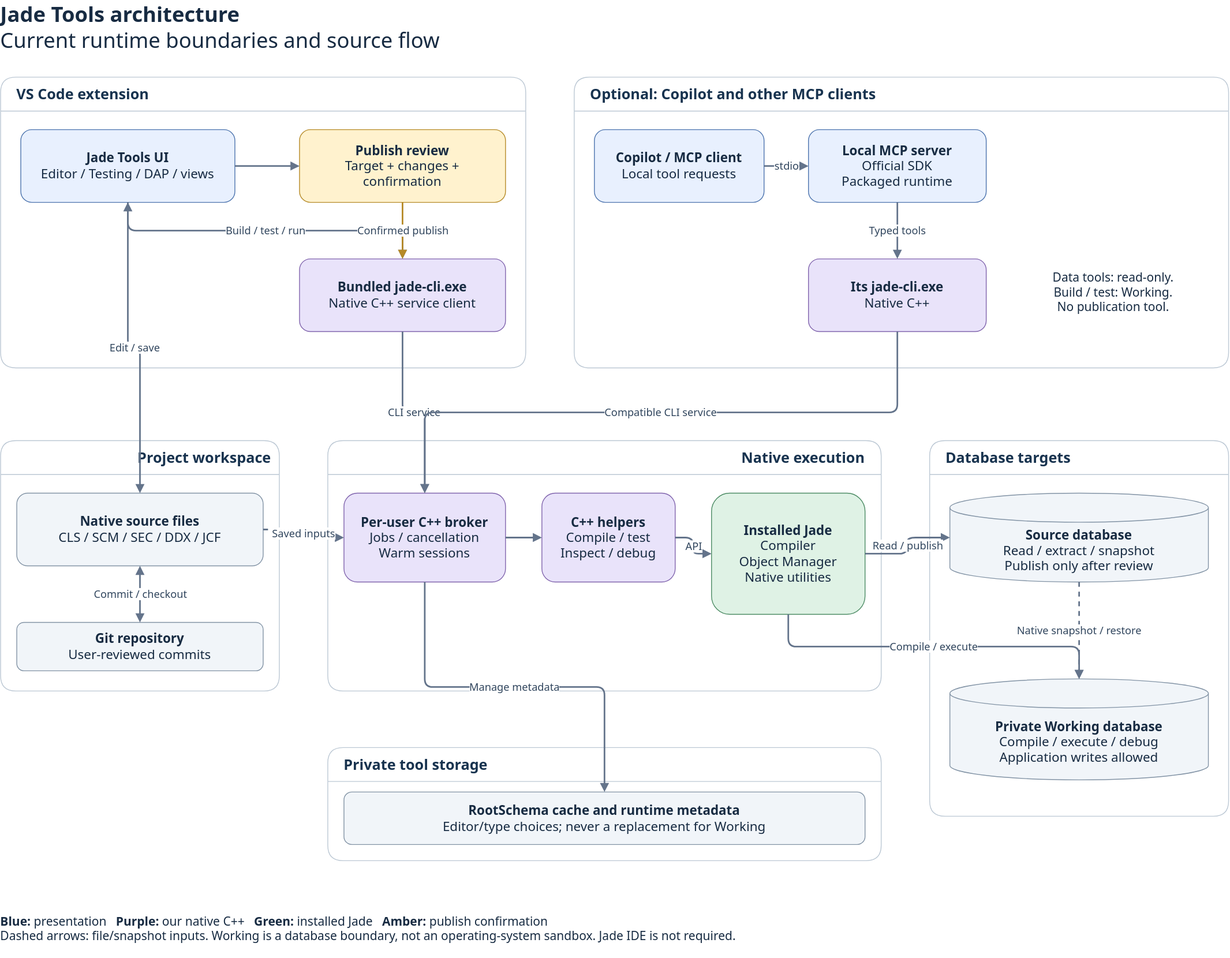
darrenhull/Jade-VSCode-Extension keeps this draw.io diagram as architecture/jade-tools.drawio.svg. Above is the earlier version. Source tidied: cells renumbered, new cells last; positions are measured from the earlier drawing's top-left corner, leaving out a move shared by most shapes. The source it was exported from:
```xml
<mxGraphModel>
  <root>
    <mxCell id="0" />
    <mxCell id="1" parent="0" />
    <mxCell id="2" value="&lt;b&gt;Jade Tools architecture&lt;/b&gt;&lt;br&gt;Current runtime boundaries and source flow" style="rounded=1;whiteSpace=wrap;html=1;fillColor=#e8f0fe;strokeColor=#4d74ae;fontColor=#172b42;fontFamily=Segoe UI;fontSize=16;spacing=12;shape=text;align=left;fillColor=none;strokeColor=none;fontSize=26;spacing=0;" parent="1" vertex="1">
      <mxGeometry width="1520" height="65" as="geometry" />
    </mxCell>
    <mxCell id="3" value="VS Code extension" style="swimlane;horizontal=1;startSize=42;rounded=1;html=1;whiteSpace=wrap;fillColor=#ffffff;swimlaneFillColor=#ffffff;strokeColor=#bcc8d4;fontColor=#18334f;fontFamily=Segoe UI;fontSize=18;fontStyle=1;align=left;spacingLeft=18;" parent="1" vertex="1">
      <mxGeometry y="95" width="650" height="360" as="geometry" />
    </mxCell>
    <mxCell id="4" value="&lt;b&gt;Jade Tools UI&lt;/b&gt;&lt;br&gt;Editor / Testing / DAP / views" style="rounded=1;whiteSpace=wrap;html=1;fillColor=#e8f0fe;strokeColor=#4d74ae;fontColor=#172b42;fontFamily=Segoe UI;fontSize=16;spacing=12;" parent="3" vertex="1">
      <mxGeometry x="25" y="65" width="265" height="90" as="geometry" />
    </mxCell>
    <mxCell id="5" value="&lt;b&gt;Bundled jade-cli.exe&lt;/b&gt;&lt;br&gt;Native C++ service client" style="rounded=1;whiteSpace=wrap;html=1;fillColor=#e9e3fa;strokeColor=#8064ad;fontColor=#172b42;fontFamily=Segoe UI;fontSize=16;spacing=12;" parent="3" vertex="1">
      <mxGeometry x="370" y="225" width="255" height="90" as="geometry" />
    </mxCell>
    <mxCell id="6" value="&lt;b&gt;Publish review&lt;/b&gt;&lt;br&gt;Target + changes + confirmation" style="rounded=1;whiteSpace=wrap;html=1;fillColor=#fff2ce;strokeColor=#b68a27;fontColor=#172b42;fontFamily=Segoe UI;fontSize=16;spacing=12;" parent="3" vertex="1">
      <mxGeometry x="370" y="65" width="255" height="90" as="geometry" />
    </mxCell>
    <mxCell id="7" value="Build / test / run" style="edgeStyle=orthogonalEdgeStyle;rounded=1;html=1;endArrow=block;endFill=1;strokeColor=#64748b;strokeWidth=2;labelBackgroundColor=#ffffff;fontColor=#31465e;fontSize=13;fontFamily=Segoe UI;edgeStyle=elbowEdgeStyle;elbow=vertical;" parent="3" edge="1" source="4" target="5">
      <mxGeometry relative="1" as="geometry" />
    </mxCell>
    <mxCell id="8" style="edgeStyle=orthogonalEdgeStyle;rounded=1;html=1;endArrow=block;endFill=1;strokeColor=#64748b;strokeWidth=2;labelBackgroundColor=#ffffff;fontColor=#31465e;fontSize=13;fontFamily=Segoe UI;" parent="3" edge="1" source="4" target="6">
      <mxGeometry relative="1" as="geometry" />
    </mxCell>
    <mxCell id="9" value="Confirmed publish" style="edgeStyle=orthogonalEdgeStyle;rounded=1;html=1;endArrow=block;endFill=1;strokeColor=#64748b;strokeWidth=2;labelBackgroundColor=#ffffff;fontColor=#31465e;fontSize=13;fontFamily=Segoe UI;strokeColor=#b68a27;" parent="3" edge="1" source="6" target="5">
      <mxGeometry relative="1" as="geometry" />
    </mxCell>
    <mxCell id="10" value="Optional: Copilot and other MCP clients" style="swimlane;horizontal=1;startSize=42;rounded=1;html=1;whiteSpace=wrap;fillColor=#ffffff;swimlaneFillColor=#ffffff;strokeColor=#bcc8d4;fontColor=#18334f;fontFamily=Segoe UI;fontSize=18;fontStyle=1;align=left;spacingLeft=18;" parent="1" vertex="1">
      <mxGeometry x="710" y="95" width="810" height="360" as="geometry" />
    </mxCell>
    <mxCell id="11" value="&lt;b&gt;Copilot / MCP client&lt;/b&gt;&lt;br&gt;Local tool requests" style="rounded=1;whiteSpace=wrap;html=1;fillColor=#e8f0fe;strokeColor=#4d74ae;fontColor=#172b42;fontFamily=Segoe UI;fontSize=16;spacing=12;" parent="10" vertex="1">
      <mxGeometry x="25" y="65" width="210" height="90" as="geometry" />
    </mxCell>
    <mxCell id="12" value="&lt;b&gt;Local MCP server&lt;/b&gt;&lt;br&gt;Official SDK&lt;br&gt;Packaged runtime" style="rounded=1;whiteSpace=wrap;html=1;fillColor=#e8f0fe;strokeColor=#4d74ae;fontColor=#172b42;fontFamily=Segoe UI;fontSize=16;spacing=12;" parent="10" vertex="1">
      <mxGeometry x="290" y="65" width="220" height="90" as="geometry" />
    </mxCell>
    <mxCell id="13" value="&lt;b&gt;Its jade-cli.exe&lt;/b&gt;&lt;br&gt;Native C++" style="rounded=1;whiteSpace=wrap;html=1;fillColor=#e9e3fa;strokeColor=#8064ad;fontColor=#172b42;fontFamily=Segoe UI;fontSize=16;spacing=12;" parent="10" vertex="1">
      <mxGeometry x="290" y="225" width="220" height="90" as="geometry" />
    </mxCell>
    <mxCell id="14" value="Data tools: read-only.&lt;br&gt;Build / test: Working.&lt;br&gt;No publication tool." style="rounded=1;whiteSpace=wrap;html=1;fillColor=#e8f0fe;strokeColor=#4d74ae;fontColor=#172b42;fontFamily=Segoe UI;fontSize=16;spacing=12;shape=text;fillColor=none;strokeColor=none;fontSize=15;" parent="10" vertex="1">
      <mxGeometry x="550" y="225" width="235" height="80" as="geometry" />
    </mxCell>
    <mxCell id="15" value="stdio" style="edgeStyle=orthogonalEdgeStyle;rounded=1;html=1;endArrow=block;endFill=1;strokeColor=#64748b;strokeWidth=2;labelBackgroundColor=#ffffff;fontColor=#31465e;fontSize=13;fontFamily=Segoe UI;" parent="10" edge="1" source="11" target="12">
      <mxGeometry relative="1" as="geometry" />
    </mxCell>
    <mxCell id="16" value="Typed tools" style="edgeStyle=orthogonalEdgeStyle;rounded=1;html=1;endArrow=block;endFill=1;strokeColor=#64748b;strokeWidth=2;labelBackgroundColor=#ffffff;fontColor=#31465e;fontSize=13;fontFamily=Segoe UI;" parent="10" edge="1" source="12" target="13">
      <mxGeometry relative="1" as="geometry" />
    </mxCell>
    <mxCell id="17" value="Project workspace" style="swimlane;horizontal=1;startSize=42;rounded=1;html=1;whiteSpace=wrap;fillColor=#ffffff;swimlaneFillColor=#ffffff;strokeColor=#bcc8d4;fontColor=#18334f;fontFamily=Segoe UI;fontSize=18;fontStyle=1;align=right;spacingRight=8;spacingLeft=18;" parent="1" vertex="1">
      <mxGeometry y="545" width="345" height="310" as="geometry" />
    </mxCell>
    <mxCell id="18" value="&lt;b&gt;Native source files&lt;/b&gt;&lt;br&gt;CLS / SCM / SEC / DDX / JCF" style="rounded=1;whiteSpace=wrap;html=1;fillColor=#f1f5f9;strokeColor=#8293a5;fontColor=#172b42;fontFamily=Segoe UI;fontSize=16;spacing=12;" parent="17" vertex="1">
      <mxGeometry x="20" y="65" width="305" height="90" as="geometry" />
    </mxCell>
    <mxCell id="19" value="&lt;b&gt;Git repository&lt;/b&gt;&lt;br&gt;User-reviewed commits" style="rounded=1;whiteSpace=wrap;html=1;fillColor=#f1f5f9;strokeColor=#8293a5;fontColor=#172b42;fontFamily=Segoe UI;fontSize=16;spacing=12;" parent="17" vertex="1">
      <mxGeometry x="20" y="225" width="305" height="60" as="geometry" />
    </mxCell>
    <mxCell id="20" value="Commit / checkout" style="edgeStyle=orthogonalEdgeStyle;rounded=1;html=1;endArrow=block;endFill=1;strokeColor=#64748b;strokeWidth=2;labelBackgroundColor=#ffffff;fontColor=#31465e;fontSize=13;fontFamily=Segoe UI;startArrow=block;startFill=1;" parent="17" edge="1" source="18" target="19">
      <mxGeometry relative="1" as="geometry" />
    </mxCell>
    <mxCell id="21" value="Native execution" style="swimlane;horizontal=1;startSize=42;rounded=1;html=1;whiteSpace=wrap;fillColor=#ffffff;swimlaneFillColor=#ffffff;strokeColor=#bcc8d4;fontColor=#18334f;fontFamily=Segoe UI;fontSize=18;fontStyle=1;align=right;spacingRight=18;spacingLeft=18;" parent="1" vertex="1">
      <mxGeometry x="405" y="545" width="685" height="310" as="geometry" />
    </mxCell>
    <mxCell id="22" value="&lt;b&gt;Per-user C++ broker&lt;/b&gt;&lt;br&gt;Jobs / cancellation&lt;br&gt;Warm sessions" style="rounded=1;whiteSpace=wrap;html=1;fillColor=#e9e3fa;strokeColor=#8064ad;fontColor=#172b42;fontFamily=Segoe UI;fontSize=16;spacing=12;" parent="21" vertex="1">
      <mxGeometry x="20" y="65" width="200" height="110" as="geometry" />
    </mxCell>
    <mxCell id="23" value="&lt;b&gt;C++ helpers&lt;/b&gt;&lt;br&gt;Compile / test&lt;br&gt;Inspect / debug" style="rounded=1;whiteSpace=wrap;html=1;fillColor=#e9e3fa;strokeColor=#8064ad;fontColor=#172b42;fontFamily=Segoe UI;fontSize=16;spacing=12;" parent="21" vertex="1">
      <mxGeometry x="265" y="65" width="165" height="110" as="geometry" />
    </mxCell>
    <mxCell id="24" value="&lt;b&gt;Installed Jade&lt;/b&gt;&lt;br&gt;Compiler&lt;br&gt;Object Manager&lt;br&gt;Native utilities" style="rounded=1;whiteSpace=wrap;html=1;fillColor=#dff2e5;strokeColor=#4d8c65;fontColor=#172b42;fontFamily=Segoe UI;fontSize=16;spacing=12;" parent="21" vertex="1">
      <mxGeometry x="475" y="65" width="190" height="150" as="geometry" />
    </mxCell>
    <mxCell id="25" style="edgeStyle=orthogonalEdgeStyle;rounded=1;html=1;endArrow=block;endFill=1;strokeColor=#64748b;strokeWidth=2;labelBackgroundColor=#ffffff;fontColor=#31465e;fontSize=13;fontFamily=Segoe UI;" parent="21" edge="1" source="22" target="23">
      <mxGeometry relative="1" as="geometry" />
    </mxCell>
    <mxCell id="26" value="API" style="edgeStyle=orthogonalEdgeStyle;rounded=1;html=1;endArrow=block;endFill=1;strokeColor=#64748b;strokeWidth=2;labelBackgroundColor=#ffffff;fontColor=#31465e;fontSize=13;fontFamily=Segoe UI;" parent="21" edge="1" source="23" target="24">
      <mxGeometry relative="1" as="geometry" />
    </mxCell>
    <mxCell id="27" value="Database targets" style="swimlane;horizontal=1;startSize=42;rounded=1;html=1;whiteSpace=wrap;fillColor=#ffffff;swimlaneFillColor=#ffffff;strokeColor=#bcc8d4;fontColor=#18334f;fontFamily=Segoe UI;fontSize=18;fontStyle=1;align=left;spacingLeft=18;" parent="1" vertex="1">
      <mxGeometry x="1150" y="545" width="370" height="465" as="geometry" />
    </mxCell>
    <mxCell id="28" value="&lt;b&gt;Source database&lt;/b&gt;&lt;br&gt;Read / extract / snapshot&lt;br&gt;Publish only after review" style="rounded=1;whiteSpace=wrap;html=1;fillColor=#f1f5f9;strokeColor=#8293a5;fontColor=#172b42;fontFamily=Segoe UI;fontSize=16;spacing=12;shape=cylinder3;boundedLbl=1;size=18;" parent="27" vertex="1">
      <mxGeometry x="25" y="65" width="320" height="110" as="geometry" />
    </mxCell>
    <mxCell id="29" value="&lt;b&gt;Private Working database&lt;/b&gt;&lt;br&gt;Compile / execute / debug&lt;br&gt;Application writes allowed" style="rounded=1;whiteSpace=wrap;html=1;fillColor=#f1f5f9;strokeColor=#8293a5;fontColor=#172b42;fontFamily=Segoe UI;fontSize=16;spacing=12;shape=cylinder3;boundedLbl=1;size=18;" parent="27" vertex="1">
      <mxGeometry x="25" y="295" width="320" height="125" as="geometry" />
    </mxCell>
    <mxCell id="30" value="Native snapshot / restore" style="edgeStyle=orthogonalEdgeStyle;rounded=1;html=1;endArrow=block;endFill=1;strokeColor=#64748b;strokeWidth=2;labelBackgroundColor=#ffffff;fontColor=#31465e;fontSize=13;fontFamily=Segoe UI;dashed=1;" parent="27" edge="1" source="28" target="29">
      <mxGeometry relative="1" as="geometry" />
    </mxCell>
    <mxCell id="31" value="Private tool storage" style="swimlane;horizontal=1;startSize=42;rounded=1;html=1;whiteSpace=wrap;fillColor=#ffffff;swimlaneFillColor=#ffffff;strokeColor=#bcc8d4;fontColor=#18334f;fontFamily=Segoe UI;fontSize=18;fontStyle=1;align=left;spacingLeft=18;" parent="1" vertex="1">
      <mxGeometry x="405" y="925" width="685" height="140" as="geometry" />
    </mxCell>
    <mxCell id="32" value="&lt;b&gt;RootSchema cache and runtime metadata&lt;/b&gt;&lt;br&gt;Editor/type choices; never a replacement for Working" style="rounded=1;whiteSpace=wrap;html=1;fillColor=#f1f5f9;strokeColor=#8293a5;fontColor=#172b42;fontFamily=Segoe UI;fontSize=16;spacing=12;" parent="31" vertex="1">
      <mxGeometry x="20" y="55" width="645" height="65" as="geometry" />
    </mxCell>
    <mxCell id="33" value="Edit / save" style="edgeStyle=orthogonalEdgeStyle;rounded=1;html=1;endArrow=block;endFill=1;strokeColor=#64748b;strokeWidth=2;labelBackgroundColor=#ffffff;fontColor=#31465e;fontSize=13;fontFamily=Segoe UI;startArrow=block;startFill=1;" parent="1" edge="1" source="4" target="18">
      <mxGeometry relative="1" as="geometry" />
    </mxCell>
    <mxCell id="34" value="Saved inputs" style="edgeStyle=orthogonalEdgeStyle;rounded=1;html=1;endArrow=block;endFill=1;strokeColor=#64748b;strokeWidth=2;labelBackgroundColor=#ffffff;fontColor=#31465e;fontSize=13;fontFamily=Segoe UI;dashed=1;" parent="1" edge="1" source="18" target="22">
      <mxGeometry relative="1" as="geometry" />
    </mxCell>
    <mxCell id="35" value="CLI service" style="edgeStyle=orthogonalEdgeStyle;rounded=1;html=1;endArrow=block;endFill=1;strokeColor=#64748b;strokeWidth=2;labelBackgroundColor=#ffffff;fontColor=#31465e;fontSize=13;fontFamily=Segoe UI;" parent="1" edge="1" source="5" target="22">
      <mxGeometry relative="1" as="geometry" />
    </mxCell>
    <mxCell id="36" value="Compatible CLI service" style="edgeStyle=orthogonalEdgeStyle;rounded=1;html=1;endArrow=block;endFill=1;strokeColor=#64748b;strokeWidth=2;labelBackgroundColor=#ffffff;fontColor=#31465e;fontSize=13;fontFamily=Segoe UI;edgeStyle=elbowEdgeStyle;elbow=vertical;" parent="1" edge="1" source="13" target="22">
      <mxGeometry relative="1" as="geometry" />
    </mxCell>
    <mxCell id="37" value="Read / publish" style="edgeStyle=orthogonalEdgeStyle;rounded=1;html=1;endArrow=block;endFill=1;strokeColor=#64748b;strokeWidth=2;labelBackgroundColor=#ffffff;fontColor=#31465e;fontSize=13;fontFamily=Segoe UI;" parent="1" edge="1" source="24" target="28">
      <mxGeometry relative="1" as="geometry" />
    </mxCell>
    <mxCell id="38" value="Compile / execute" style="edgeStyle=orthogonalEdgeStyle;rounded=1;html=1;endArrow=block;endFill=1;strokeColor=#64748b;strokeWidth=2;labelBackgroundColor=#ffffff;fontColor=#31465e;fontSize=13;fontFamily=Segoe UI;edgeStyle=elbowEdgeStyle;elbow=vertical;" parent="1" edge="1" source="24" target="29">
      <mxGeometry relative="1" as="geometry" />
    </mxCell>
    <mxCell id="39" value="Manage metadata" style="edgeStyle=orthogonalEdgeStyle;rounded=1;html=1;endArrow=block;endFill=1;strokeColor=#64748b;strokeWidth=2;labelBackgroundColor=#ffffff;fontColor=#31465e;fontSize=13;fontFamily=Segoe UI;" parent="1" edge="1" source="22" target="32">
      <mxGeometry relative="1" as="geometry" />
    </mxCell>
    <mxCell id="40" value="&lt;b&gt;Blue:&lt;/b&gt; presentation &amp;nbsp; &lt;b&gt;Purple:&lt;/b&gt; our native C++ &amp;nbsp; &lt;b&gt;Green:&lt;/b&gt; installed Jade &amp;nbsp; &lt;b&gt;Amber:&lt;/b&gt; publish confirmation&lt;br&gt;Dashed arrows: file/snapshot inputs. Working is a database boundary, not an operating-system sandbox. Jade IDE is not required." style="rounded=1;whiteSpace=wrap;html=1;fillColor=#f1f5f9;strokeColor=#8293a5;fontColor=#172b42;fontFamily=Segoe UI;fontSize=16;spacing=12;shape=text;fillColor=none;strokeColor=none;fontSize=15;align=left;spacing=0;" parent="1" vertex="1">
      <mxGeometry y="1110" width="1520" height="75" as="geometry" />
    </mxCell>
  </root>
</mxGraphModel>
```
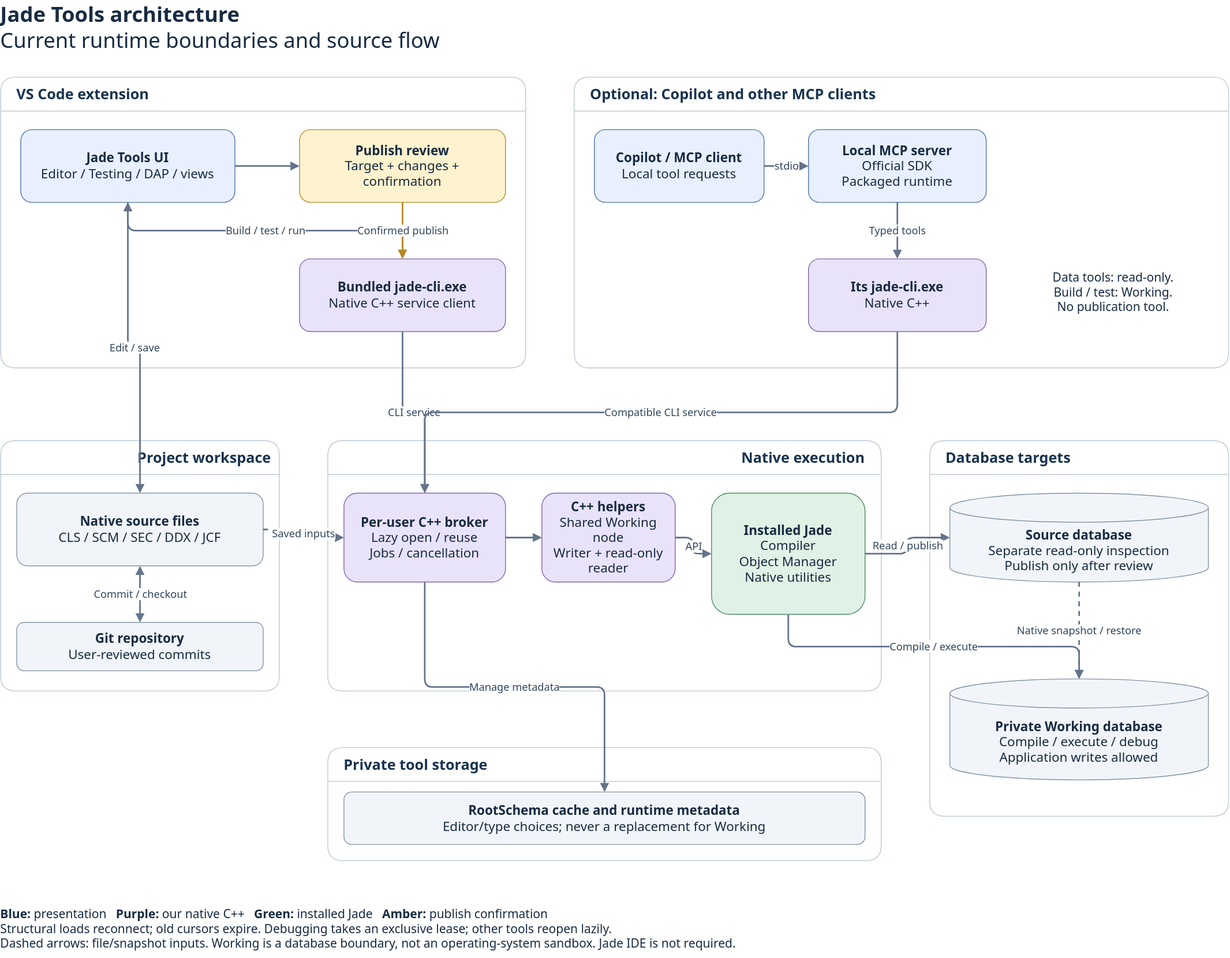
After the commit.

Commit message:
Document shared native connection ownership and lifecycle

Change to the diagram source:
```diff
@@ -62,10 +62,10 @@
     <mxCell id="21" value="Native execution" style="swimlane;horizontal=1;startSize=42;rounded=1;html=1;whiteSpace=wrap;fillColor=#ffffff;swimlaneFillColor=#ffffff;strokeColor=#bcc8d4;fontColor=#18334f;fontFamily=Segoe UI;fontSize=18;fontStyle=1;align=right;spacingRight=18;spacingLeft=18;" parent="1" vertex="1">
       <mxGeometry x="405" y="545" width="685" height="310" as="geometry" />
     </mxCell>
-    <mxCell id="22" value="&lt;b&gt;Per-user C++ broker&lt;/b&gt;&lt;br&gt;Jobs / cancellation&lt;br&gt;Warm sessions" style="rounded=1;whiteSpace=wrap;html=1;fillColor=#e9e3fa;strokeColor=#8064ad;fontColor=#172b42;fontFamily=Segoe UI;fontSize=16;spacing=12;" parent="21" vertex="1">
+    <mxCell id="22" value="&lt;b&gt;Per-user C++ broker&lt;/b&gt;&lt;br&gt;Lazy open / reuse&lt;br&gt;Jobs / cancellation" style="rounded=1;whiteSpace=wrap;html=1;fillColor=#e9e3fa;strokeColor=#8064ad;fontColor=#172b42;fontFamily=Segoe UI;fontSize=16;spacing=12;" parent="21" vertex="1">
       <mxGeometry x="20" y="65" width="200" height="110" as="geometry" />
     </mxCell>
-    <mxCell id="23" value="&lt;b&gt;C++ helpers&lt;/b&gt;&lt;br&gt;Compile / test&lt;br&gt;Inspect / debug" style="rounded=1;whiteSpace=wrap;html=1;fillColor=#e9e3fa;strokeColor=#8064ad;fontColor=#172b42;fontFamily=Segoe UI;fontSize=16;spacing=12;" parent="21" vertex="1">
+    <mxCell id="23" value="&lt;b&gt;C++ helpers&lt;/b&gt;&lt;br&gt;Shared Working node&lt;br&gt;Writer + read-only reader" style="rounded=1;whiteSpace=wrap;html=1;fillColor=#e9e3fa;strokeColor=#8064ad;fontColor=#172b42;fontFamily=Segoe UI;fontSize=16;spacing=12;" parent="21" vertex="1">
       <mxGeometry x="265" y="65" width="165" height="110" as="geometry" />
     </mxCell>
     <mxCell id="24" value="&lt;b&gt;Installed Jade&lt;/b&gt;&lt;br&gt;Compiler&lt;br&gt;Object Manager&lt;br&gt;Native utilities" style="rounded=1;whiteSpace=wrap;html=1;fillColor=#dff2e5;strokeColor=#4d8c65;fontColor=#172b42;fontFamily=Segoe UI;fontSize=16;spacing=12;" parent="21" vertex="1">
@@ -80,7 +80,7 @@
     <mxCell id="27" value="Database targets" style="swimlane;horizontal=1;startSize=42;rounded=1;html=1;whiteSpace=wrap;fillColor=#ffffff;swimlaneFillColor=#ffffff;strokeColor=#bcc8d4;fontColor=#18334f;fontFamily=Segoe UI;fontSize=18;fontStyle=1;align=left;spacingLeft=18;" parent="1" vertex="1">
       <mxGeometry x="1150" y="545" width="370" height="465" as="geometry" />
     </mxCell>
-    <mxCell id="28" value="&lt;b&gt;Source database&lt;/b&gt;&lt;br&gt;Read / extract / snapshot&lt;br&gt;Publish only after review" style="rounded=1;whiteSpace=wrap;html=1;fillColor=#f1f5f9;strokeColor=#8293a5;fontColor=#172b42;fontFamily=Segoe UI;fontSize=16;spacing=12;shape=cylinder3;boundedLbl=1;size=18;" parent="27" vertex="1">
+    <mxCell id="28" value="&lt;b&gt;Source database&lt;/b&gt;&lt;br&gt;Separate read-only inspection&lt;br&gt;Publish only after review" style="rounded=1;whiteSpace=wrap;html=1;fillColor=#f1f5f9;strokeColor=#8293a5;fontColor=#172b42;fontFamily=Segoe UI;fontSize=16;spacing=12;shape=cylinder3;boundedLbl=1;size=18;" parent="27" vertex="1">
       <mxGeometry x="25" y="65" width="320" height="110" as="geometry" />
     </mxCell>
     <mxCell id="29" value="&lt;b&gt;Private Working database&lt;/b&gt;&lt;br&gt;Compile / execute / debug&lt;br&gt;Application writes allowed" style="rounded=1;whiteSpace=wrap;html=1;fillColor=#f1f5f9;strokeColor=#8293a5;fontColor=#172b42;fontFamily=Segoe UI;fontSize=16;spacing=12;shape=cylinder3;boundedLbl=1;size=18;" parent="27" vertex="1">
@@ -116,7 +116,7 @@
     <mxCell id="39" value="Manage metadata" style="edgeStyle=orthogonalEdgeStyle;rounded=1;html=1;endArrow=block;endFill=1;strokeColor=#64748b;strokeWidth=2;labelBackgroundColor=#ffffff;fontColor=#31465e;fontSize=13;fontFamily=Segoe UI;" parent="1" edge="1" source="22" target="32">
       <mxGeometry relative="1" as="geometry" />
     </mxCell>
-    <mxCell id="40" value="&lt;b&gt;Blue:&lt;/b&gt; presentation &amp;nbsp; &lt;b&gt;Purple:&lt;/b&gt; our native C++ &amp;nbsp; &lt;b&gt;Green:&lt;/b&gt; installed Jade &amp;nbsp; &lt;b&gt;Amber:&lt;/b&gt; publish confirmation&lt;br&gt;Dashed arrows: file/snapshot inputs. Working is a database boundary, not an operating-system sandbox. Jade IDE is not required." style="rounded=1;whiteSpace=wrap;html=1;fillColor=#f1f5f9;strokeColor=#8293a5;fontColor=#172b42;fontFamily=Segoe UI;fontSize=16;spacing=12;shape=text;fillColor=none;strokeColor=none;fontSize=15;align=left;spacing=0;" parent="1" vertex="1">
+    <mxCell id="40" value="&lt;b&gt;Blue:&lt;/b&gt; presentation &amp;nbsp; &lt;b&gt;Purple:&lt;/b&gt; our native C++ &amp;nbsp; &lt;b&gt;Green:&lt;/b&gt; installed Jade &amp;nbsp; &lt;b&gt;Amber:&lt;/b&gt; publish confirmation&lt;br&gt;Structural loads reconnect; old cursors expire. Debugging takes an exclusive lease; other tools reopen lazily.&lt;br&gt;Dashed arrows: file/snapshot inputs. Working is a database boundary, not an operating-system sandbox. Jade IDE is not required." style="rounded=1;whiteSpace=wrap;html=1;fillColor=#f1f5f9;strokeColor=#8293a5;fontColor=#172b42;fontFamily=Segoe UI;fontSize=16;spacing=12;shape=text;fillColor=none;strokeColor=none;fontSize=15;align=left;spacing=0;" parent="1" vertex="1">
       <mxGeometry y="1110" width="1520" height="75" as="geometry" />
     </mxCell>
   </root>
```
